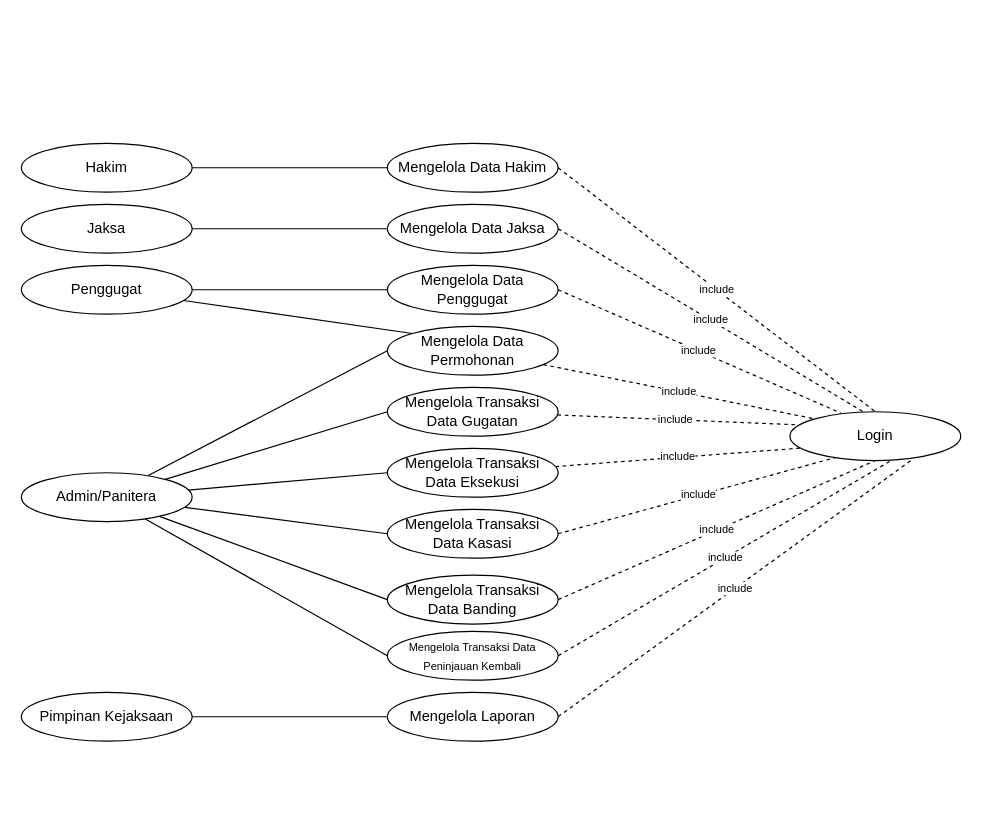
Above: Use Case Diagram.drawio in kzen31/diagram (draw.io), before the change. Source tidied: cells renumbered, new cells numbered last; positions are measured from the earlier drawing's top-left corner, leaving out a move shared by most shapes. Both pictures are drawn from the tidied source at 122%, with x=0, y=0 at pixel (21, 143).
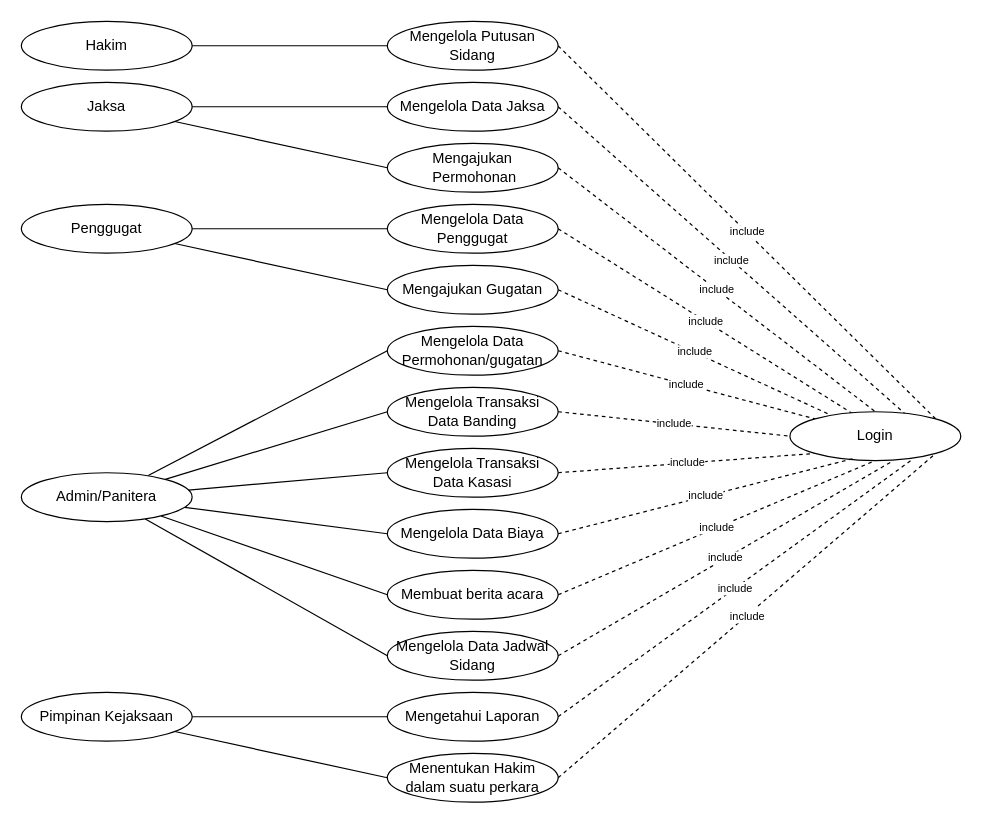
After the change.

Unchanged cells that the change refers to:
```xml
<mxCell id="22" value="Login" style="ellipse;whiteSpace=wrap;html=1;" parent="1" vertex="1">
  <mxGeometry x="630" y="220" width="140" height="40" as="geometry" />
</mxCell>
<mxCell id="36" value="Admin/Panitera" style="ellipse;whiteSpace=wrap;html=1;" parent="1" vertex="1">
  <mxGeometry y="270" width="140" height="40" as="geometry" />
</mxCell>
<mxCell id="38" value="Pimpinan Kejaksaan" style="ellipse;whiteSpace=wrap;html=1;" parent="1" vertex="1">
  <mxGeometry y="450" width="140" height="40" as="geometry" />
</mxCell>
```

What changed in the source:
```diff
@@
-    <mxCell id="2" value="include" style="edgeStyle=none;rounded=0;jettySize=auto;html=1;entryX=0.5;entryY=0;entryDx=0;entryDy=0;fontSize=9;endArrow=none;endFill=0;exitX=1;exitY=0.5;exitDx=0;exitDy=0;dashed=1;" parent="1" edge="1" source="3" target="22">
+    <mxCell id="2" value="include" style="edgeStyle=none;rounded=0;jettySize=auto;html=1;entryX=1;entryY=0;entryDx=0;entryDy=0;fontSize=9;endArrow=none;endFill=0;exitX=1;exitY=0.5;exitDx=0;exitDy=0;dashed=1;" parent="1" edge="1" source="3" target="22">
       <mxGeometry relative="1" as="geometry" />
     </mxCell>
-    <mxCell id="3" value="Mengelola Data Hakim" style="ellipse;whiteSpace=wrap;html=1;" parent="1" vertex="1">
-      <mxGeometry x="300" width="140" height="40" as="geometry" />
+    <mxCell id="3" value="Mengelola Putusan Sidang" style="ellipse;whiteSpace=wrap;html=1;" parent="1" vertex="1">
+      <mxGeometry x="300" y="-100" width="140" height="40" as="geometry" />
     </mxCell>
-    <mxCell id="4" value="include" style="edgeStyle=none;rounded=0;jettySize=auto;html=1;fontSize=9;endArrow=none;endFill=0;exitX=1;exitY=0.5;exitDx=0;exitDy=0;dashed=1;" parent="1" edge="1" source="5">
-      <mxGeometry relative="1" as="geometry">
-        <mxPoint x="690" y="220" as="targetPoint" />
-      </mxGeometry>
+    <mxCell id="4" value="include" style="edgeStyle=none;rounded=0;jettySize=auto;html=1;fontSize=9;endArrow=none;endFill=0;exitX=1;exitY=0.5;exitDx=0;exitDy=0;dashed=1;entryX=0.68;entryY=0.06;entryDx=0;entryDy=0;entryPerimeter=0;" parent="1" edge="1" source="5" target="22">
+      <mxGeometry relative="1" as="geometry" />
     </mxCell>
     <mxCell id="5" value="Mengelola Data Jaksa" style="ellipse;whiteSpace=wrap;html=1;" parent="1" vertex="1">
-      <mxGeometry x="300" y="50" width="140" height="40" as="geometry" />
+      <mxGeometry x="300" y="-50" width="140" height="40" as="geometry" />
     </mxCell>
-    <mxCell id="6" value="include" style="edgeStyle=none;rounded=0;jettySize=auto;html=1;entryX=0.297;entryY=0.025;entryDx=0;entryDy=0;fontSize=9;endArrow=none;endFill=0;exitX=1;exitY=0.5;exitDx=0;exitDy=0;entryPerimeter=0;dashed=1;" parent="1" edge="1" source="7" target="22">
+    <mxCell id="6" value="include" style="edgeStyle=none;rounded=0;jettySize=auto;html=1;entryX=0.377;entryY=0.06;entryDx=0;entryDy=0;fontSize=9;endArrow=none;endFill=0;exitX=1;exitY=0.5;exitDx=0;exitDy=0;entryPerimeter=0;dashed=1;" parent="1" edge="1" source="7" target="22">
       <mxGeometry relative="1" as="geometry" />
     </mxCell>
     <mxCell id="7" value="Mengelola Data Penggugat" style="ellipse;whiteSpace=wrap;html=1;" parent="1" vertex="1">
-      <mxGeometry x="300" y="100" width="140" height="40" as="geometry" />
+      <mxGeometry x="300" y="50" width="140" height="40" as="geometry" />
     </mxCell>
-    <mxCell id="8" value="include" style="edgeStyle=none;rounded=0;jettySize=auto;html=1;entryX=0;entryY=0;entryDx=0;entryDy=0;fontSize=9;endArrow=none;endFill=0;dashed=1;" parent="1" edge="1" source="9" target="22">
+    <mxCell id="8" value="include" style="edgeStyle=none;rounded=0;jettySize=auto;html=1;entryX=0;entryY=0;entryDx=0;entryDy=0;fontSize=9;endArrow=none;endFill=0;dashed=1;exitX=1;exitY=0.5;exitDx=0;exitDy=0;" parent="1" edge="1" source="9" target="22">
       <mxGeometry relative="1" as="geometry" />
     </mxCell>
-    <mxCell id="9" value="Mengelola Data Permohonan" style="ellipse;whiteSpace=wrap;html=1;" parent="1" vertex="1">
+    <mxCell id="9" value="Mengelola Data Permohonan/gugatan" style="ellipse;whiteSpace=wrap;html=1;" parent="1" vertex="1">
       <mxGeometry x="300" y="150" width="140" height="40" as="geometry" />
     </mxCell>
-    <mxCell id="10" value="include" style="edgeStyle=none;rounded=0;jettySize=auto;html=1;fontSize=9;endArrow=none;endFill=0;entryX=0.029;entryY=0.265;entryDx=0;entryDy=0;entryPerimeter=0;dashed=1;" parent="1" edge="1" source="11" target="22">
-      <mxGeometry relative="1" as="geometry" />
-    </mxCell>
-    <mxCell id="11" value="Mengelola Transaksi Data Gugatan" style="ellipse;whiteSpace=wrap;html=1;" parent="1" vertex="1">
-      <mxGeometry x="300" y="200" width="140" height="40" as="geometry" />
-    </mxCell>
-    <mxCell id="12" value="include" style="edgeStyle=none;rounded=0;jettySize=auto;html=1;entryX=0.063;entryY=0.745;entryDx=0;entryDy=0;fontSize=9;endArrow=none;endFill=0;entryPerimeter=0;dashed=1;" parent="1" edge="1" source="13" target="22">
-      <mxGeometry relative="1" as="geometry" />
-    </mxCell>
-    <mxCell id="13" value="Mengelola Transaksi Data Eksekusi" style="ellipse;whiteSpace=wrap;html=1;" parent="1" vertex="1">
-      <mxGeometry x="300" y="250" width="140" height="40" as="geometry" />
-    </mxCell>
-    <mxCell id="14" value="include" style="edgeStyle=none;rounded=0;jettySize=auto;html=1;entryX=0.28;entryY=0.925;entryDx=0;entryDy=0;entryPerimeter=0;fontSize=9;endArrow=none;endFill=0;dashed=1;exitX=1;exitY=0.5;exitDx=0;exitDy=0;" parent="1" edge="1" source="15" target="22">
+    <mxCell id="14" value="include" style="edgeStyle=none;rounded=0;jettySize=auto;html=1;entryX=0;entryY=1;entryDx=0;entryDy=0;fontSize=9;endArrow=none;endFill=0;dashed=1;exitX=1;exitY=0.5;exitDx=0;exitDy=0;" parent="1" edge="1" source="15" target="22">
       <mxGeometry relative="1" as="geometry" />
     </mxCell>
     <mxCell id="15" value="Mengelola Transaksi Data Kasasi" style="ellipse;whiteSpace=wrap;html=1;" parent="1" vertex="1">
-      <mxGeometry x="300" y="300" width="140" height="40" as="geometry" />
+      <mxGeometry x="300" y="250" width="140" height="40" as="geometry" />
     </mxCell>
-    <mxCell id="16" value="include" style="edgeStyle=none;rounded=0;jettySize=auto;html=1;entryX=0.5;entryY=1;entryDx=0;entryDy=0;fontSize=9;endArrow=none;endFill=0;dashed=1;exitX=1;exitY=0.5;exitDx=0;exitDy=0;" parent="1" edge="1" source="17" target="22">
+    <mxCell id="16" value="include" style="edgeStyle=none;rounded=0;jettySize=auto;html=1;entryX=0;entryY=0.5;entryDx=0;entryDy=0;fontSize=9;endArrow=none;endFill=0;dashed=1;exitX=1;exitY=0.5;exitDx=0;exitDy=0;" parent="1" edge="1" source="17" target="22">
       <mxGeometry relative="1" as="geometry" />
     </mxCell>
     <mxCell id="17" value="Mengelola Transaksi Data Banding" style="ellipse;whiteSpace=wrap;html=1;" parent="1" vertex="1">
-      <mxGeometry x="300" y="354" width="140" height="40" as="geometry" />
+      <mxGeometry x="300" y="200" width="140" height="40" as="geometry" />
     </mxCell>
-    <mxCell id="18" value="include" style="edgeStyle=none;rounded=0;jettySize=auto;html=1;entryX=0.6;entryY=0.985;entryDx=0;entryDy=0;entryPerimeter=0;fontSize=9;endArrow=none;endFill=0;dashed=1;exitX=1;exitY=0.5;exitDx=0;exitDy=0;" parent="1" edge="1" source="19" target="22">
-      <mxGeometry relative="1" as="geometry" />
-    </mxCell>
-    <mxCell id="19" value="&lt;font style=&quot;font-size: 9px;&quot;&gt;Mengelola Transaksi Data Peninjauan Kembali&lt;/font&gt;" style="ellipse;whiteSpace=wrap;html=1;" parent="1" vertex="1">
-      <mxGeometry x="300" y="400" width="140" height="40" as="geometry" />
-    </mxCell>
@@
-    <mxCell id="21" value="Mengelola Laporan" style="ellipse;whiteSpace=wrap;html=1;" parent="1" vertex="1">
+    <mxCell id="21" value="Mengetahui Laporan" style="ellipse;whiteSpace=wrap;html=1;" parent="1" vertex="1">
       <mxGeometry x="300" y="450" width="140" height="40" as="geometry" />
     </mxCell>
@@
     <mxCell id="24" value="Hakim" style="ellipse;whiteSpace=wrap;html=1;" parent="1" vertex="1">
-      <mxGeometry width="140" height="40" as="geometry" />
+      <mxGeometry y="-100" width="140" height="40" as="geometry" />
     </mxCell>
@@
+    <mxCell id="39" style="rounded=0;jettySize=auto;html=1;entryX=0;entryY=0.5;entryDx=0;entryDy=0;endArrow=none;endFill=0;" parent="1" edge="1" source="26" target="46">
+      <mxGeometry relative="1" as="geometry" />
+    </mxCell>
     <mxCell id="26" value="Jaksa" style="ellipse;whiteSpace=wrap;html=1;" parent="1" vertex="1">
-      <mxGeometry y="50" width="140" height="40" as="geometry" />
+      <mxGeometry y="-50" width="140" height="40" as="geometry" />
     </mxCell>
@@
-    <mxCell id="28" style="edgeStyle=none;rounded=0;jettySize=auto;html=1;entryX=0;entryY=0;entryDx=0;entryDy=0;fontSize=9;endArrow=none;endFill=0;" parent="1" edge="1" source="29" target="9">
-      <mxGeometry relative="1" as="geometry" />
-    </mxCell>
+    <mxCell id="40" style="edgeStyle=none;rounded=0;jettySize=auto;html=1;entryX=0;entryY=0.5;entryDx=0;entryDy=0;fontSize=11;endArrow=none;endFill=0;" parent="1" edge="1" source="29" target="48">
+      <mxGeometry relative="1" as="geometry" />
+    </mxCell>
     <mxCell id="29" value="Penggugat" style="ellipse;whiteSpace=wrap;html=1;" parent="1" vertex="1">
-      <mxGeometry y="100" width="140" height="40" as="geometry" />
+      <mxGeometry y="50" width="140" height="40" as="geometry" />
     </mxCell>
@@
-    <mxCell id="31" style="edgeStyle=none;rounded=0;jettySize=auto;html=1;entryX=0;entryY=0.5;entryDx=0;entryDy=0;fontSize=9;endArrow=none;endFill=0;" parent="1" edge="1" source="36" target="11">
-      <mxGeometry relative="1" as="geometry" />
-    </mxCell>
-    <mxCell id="32" style="edgeStyle=none;rounded=0;jettySize=auto;html=1;entryX=0;entryY=0.5;entryDx=0;entryDy=0;fontSize=9;endArrow=none;endFill=0;" parent="1" edge="1" source="36" target="13">
-      <mxGeometry relative="1" as="geometry" />
-    </mxCell>
@@
-    <mxCell id="35" style="edgeStyle=none;rounded=0;jettySize=auto;html=1;entryX=0;entryY=0.5;entryDx=0;entryDy=0;fontSize=9;endArrow=none;endFill=0;" parent="1" edge="1" source="36" target="19">
-      <mxGeometry relative="1" as="geometry" />
-    </mxCell>
+    <mxCell id="41" style="edgeStyle=none;rounded=0;jettySize=auto;html=1;entryX=0;entryY=0.5;entryDx=0;entryDy=0;fontSize=11;endArrow=none;endFill=0;" parent="1" edge="1" source="36" target="50">
+      <mxGeometry relative="1" as="geometry" />
+    </mxCell>
+    <mxCell id="42" style="edgeStyle=none;rounded=0;jettySize=auto;html=1;entryX=0;entryY=0.5;entryDx=0;entryDy=0;fontSize=11;endArrow=none;endFill=0;" parent="1" edge="1" source="36" target="52">
+      <mxGeometry relative="1" as="geometry" />
+    </mxCell>
+    <mxCell id="43" style="edgeStyle=none;rounded=0;jettySize=auto;html=1;entryX=0;entryY=0.5;entryDx=0;entryDy=0;fontSize=11;endArrow=none;endFill=0;" parent="1" edge="1" source="36" target="54">
+      <mxGeometry relative="1" as="geometry" />
+    </mxCell>
@@
+    <mxCell id="44" style="edgeStyle=none;rounded=0;jettySize=auto;html=1;entryX=0;entryY=0.5;entryDx=0;entryDy=0;fontSize=11;endArrow=none;endFill=0;" parent="1" edge="1" source="38" target="56">
+      <mxGeometry relative="1" as="geometry" />
+    </mxCell>
@@
+    <mxCell id="45" value="include" style="edgeStyle=none;rounded=0;jettySize=auto;html=1;entryX=0.5;entryY=0;entryDx=0;entryDy=0;fontSize=9;endArrow=none;endFill=0;exitX=1;exitY=0.5;exitDx=0;exitDy=0;dashed=1;" parent="1" edge="1" source="46" target="22">
+      <mxGeometry relative="1" as="geometry" />
+    </mxCell>
+    <mxCell id="46" value="Mengajukan&lt;br&gt;&amp;nbsp;Permohonan" style="ellipse;whiteSpace=wrap;html=1;" parent="1" vertex="1">
+      <mxGeometry x="300" width="140" height="40" as="geometry" />
+    </mxCell>
+    <mxCell id="47" value="include" style="edgeStyle=none;rounded=0;jettySize=auto;html=1;entryX=0.234;entryY=0.06;entryDx=0;entryDy=0;entryPerimeter=0;fontSize=9;endArrow=none;endFill=0;dashed=1;exitX=1;exitY=0.5;exitDx=0;exitDy=0;" parent="1" edge="1" source="48" target="22">
+      <mxGeometry relative="1" as="geometry" />
+    </mxCell>
+    <mxCell id="48" value="Mengajukan Gugatan" style="ellipse;whiteSpace=wrap;html=1;" parent="1" vertex="1">
+      <mxGeometry x="300" y="100" width="140" height="40" as="geometry" />
+    </mxCell>
+    <mxCell id="49" value="include" style="edgeStyle=none;rounded=0;jettySize=auto;html=1;entryX=0.371;entryY=0.96;entryDx=0;entryDy=0;entryPerimeter=0;fontSize=9;endArrow=none;endFill=0;exitX=1;exitY=0.5;exitDx=0;exitDy=0;dashed=1;" parent="1" edge="1" source="50" target="22">
+      <mxGeometry relative="1" as="geometry" />
+    </mxCell>
+    <mxCell id="50" value="Mengelola Data Biaya" style="ellipse;whiteSpace=wrap;html=1;" parent="1" vertex="1">
+      <mxGeometry x="300" y="300" width="140" height="40" as="geometry" />
+    </mxCell>
+    <mxCell id="51" value="include" style="edgeStyle=none;rounded=0;jettySize=auto;html=1;entryX=0.5;entryY=1;entryDx=0;entryDy=0;fontSize=9;endArrow=none;endFill=0;exitX=1;exitY=0.5;exitDx=0;exitDy=0;dashed=1;" parent="1" edge="1" source="52" target="22">
+      <mxGeometry relative="1" as="geometry" />
+    </mxCell>
+    <mxCell id="52" value="Membuat berita acara" style="ellipse;whiteSpace=wrap;html=1;" parent="1" vertex="1">
+      <mxGeometry x="300" y="350" width="140" height="40" as="geometry" />
+    </mxCell>
+    <mxCell id="53" value="include" style="edgeStyle=none;rounded=0;jettySize=auto;html=1;entryX=0.606;entryY=1;entryDx=0;entryDy=0;entryPerimeter=0;fontSize=9;endArrow=none;endFill=0;exitX=1;exitY=0.5;exitDx=0;exitDy=0;dashed=1;" parent="1" edge="1" source="54" target="22">
+      <mxGeometry relative="1" as="geometry" />
+    </mxCell>
+    <mxCell id="54" value="Mengelola Data Jadwal Sidang" style="ellipse;whiteSpace=wrap;html=1;" parent="1" vertex="1">
+      <mxGeometry x="300" y="400" width="140" height="40" as="geometry" />
+    </mxCell>
+    <mxCell id="55" value="&lt;font style=&quot;font-size: 9px;&quot;&gt;include&lt;/font&gt;" style="edgeStyle=none;rounded=0;jettySize=auto;html=1;entryX=1;entryY=1;entryDx=0;entryDy=0;fontSize=11;endArrow=none;endFill=0;exitX=1;exitY=0.5;exitDx=0;exitDy=0;dashed=1;" parent="1" edge="1" source="56" target="22">
+      <mxGeometry relative="1" as="geometry" />
+    </mxCell>
+    <mxCell id="56" value="Menentukan Hakim dalam suatu perkara" style="ellipse;whiteSpace=wrap;html=1;" parent="1" vertex="1">
+      <mxGeometry x="300" y="500" width="140" height="40" as="geometry" />
+    </mxCell>
```
